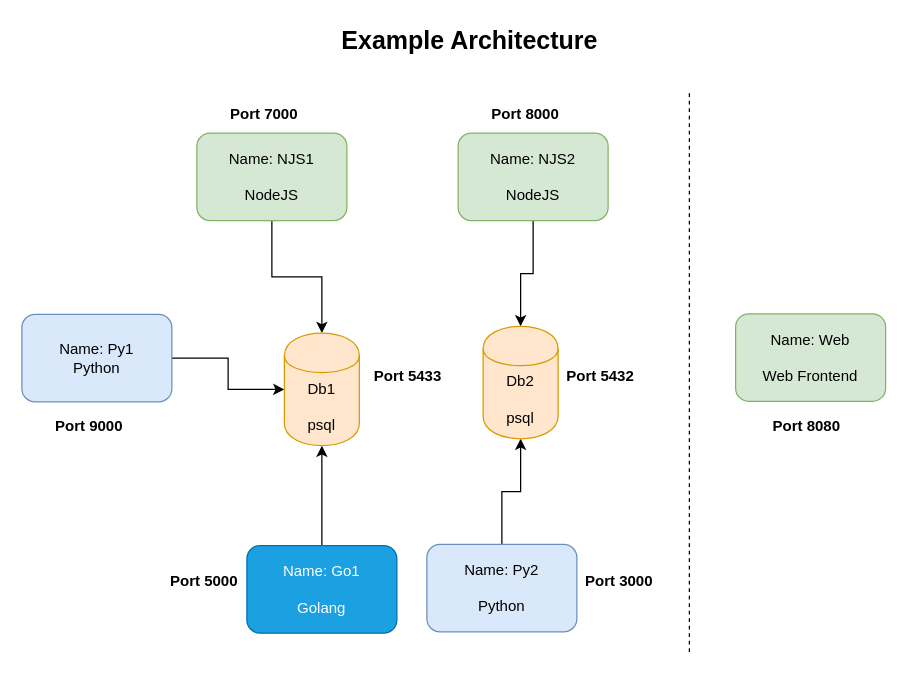
The draw.io diagram src/pages/docker-local-environment/architecture.drawio in a7ul/blog, before the edit. Source tidied: cells renumbered, new cells numbered last; positions are measured from the earlier drawing's top-left corner, leaving out a move shared by most shapes. Both pictures are drawn from the tidied source at 125%, with x=0, y=0 at pixel (21, 21).
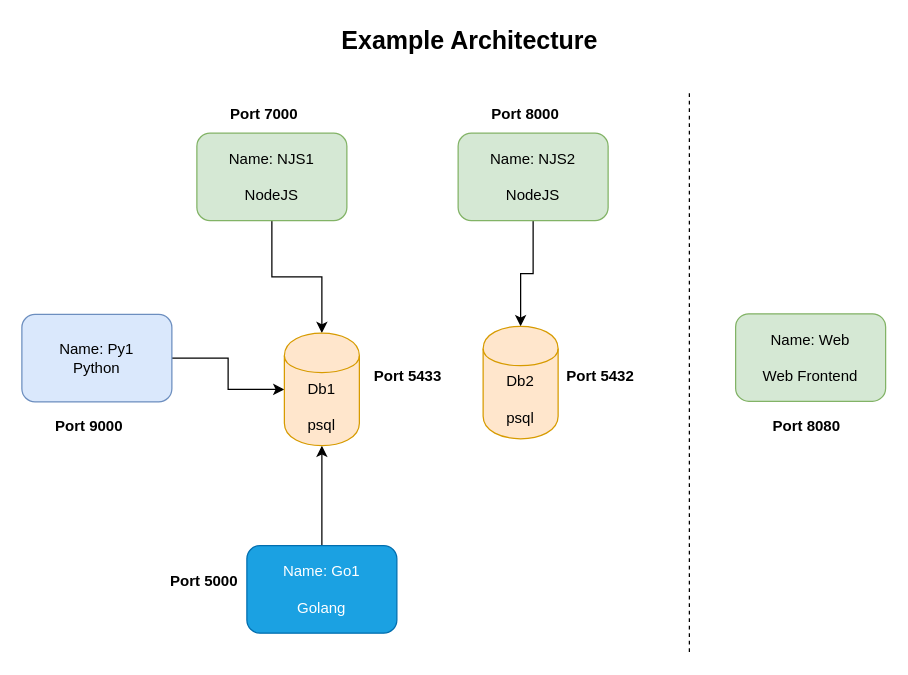
After the change.

Unchanged cells that the change refers to:
```xml
<mxCell id="13" value="&lt;div&gt;Db2&lt;/div&gt;&lt;div&gt;&lt;br&gt;&lt;/div&gt;&lt;div&gt;psql&lt;/div&gt;" style="shape=cylinder;whiteSpace=wrap;html=1;boundedLbl=1;backgroundOutline=1;fillColor=#ffe6cc;strokeColor=#d79b00;" parent="1" vertex="1">
  <mxGeometry x="369" y="243.5" width="60" height="90" as="geometry" />
</mxCell>
```

Change to the diagram source:
```diff
@@
-    <mxCell id="8" style="edgeStyle=orthogonalEdgeStyle;rounded=0;jettySize=auto;html=1;" parent="1" edge="1" source="9" target="13">
-      <mxGeometry relative="1" as="geometry" />
-    </mxCell>
-    <mxCell id="9" value="&lt;div&gt;Name: Py2&lt;/div&gt;&lt;div&gt;&lt;br&gt;&lt;/div&gt;Python" style="rounded=1;whiteSpace=wrap;html=1;fillColor=#dae8fc;strokeColor=#6c8ebf;" parent="1" vertex="1">
-      <mxGeometry x="324" y="418" width="120" height="70" as="geometry" />
-    </mxCell>
@@
-    <mxCell id="18" value="&lt;div&gt;Port 3000&lt;/div&gt;&lt;div&gt;&lt;br&gt;&lt;/div&gt;" style="text;html=1;align=left;verticalAlign=top;spacingTop=-4;fontStyle=1;" parent="1" vertex="1">
-      <mxGeometry x="449" y="438" width="70" height="30" as="geometry" />
-    </mxCell>
```
